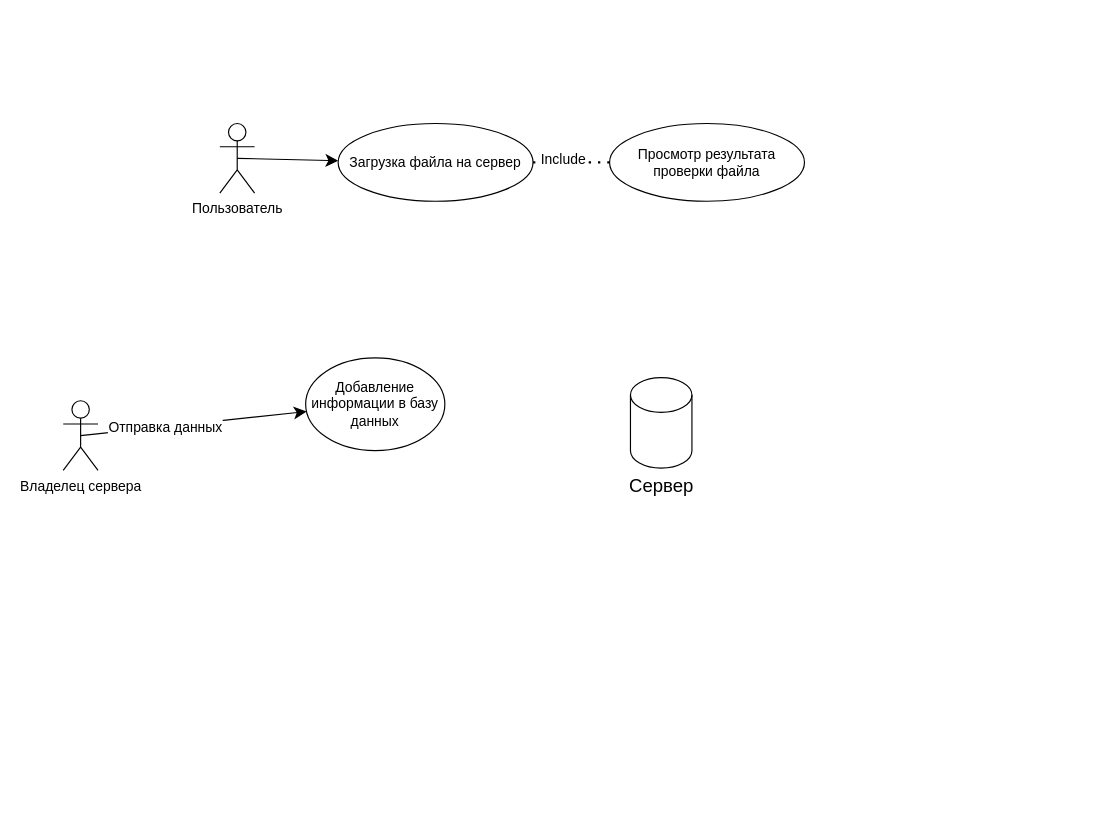
The draw.io diagram HCI_sem8.drawio in Sandwich9976/API-s, before the edit. Source tidied: cells renumbered, new cells numbered last; positions are measured from the earlier drawing's top-left corner, leaving out a move shared by most shapes. Both pictures are drawn from the tidied source at 116%, with x=0, y=0 at pixel (63, 123).
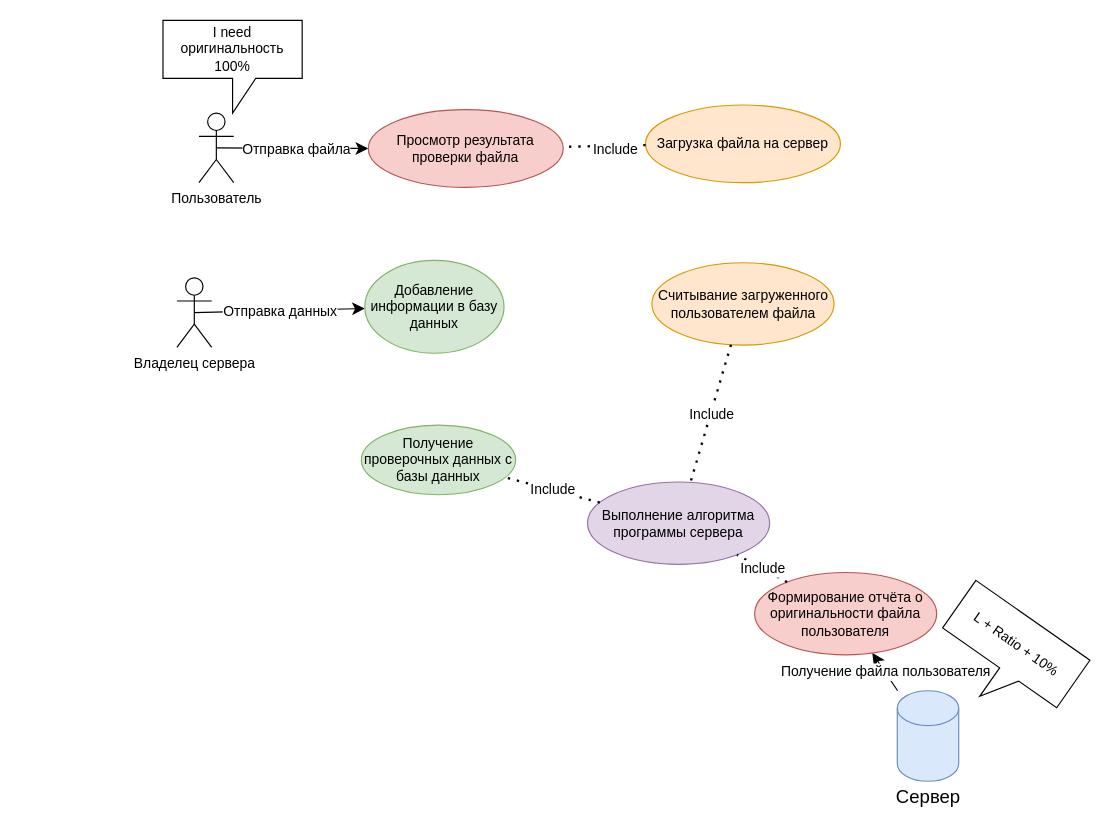
After the change.

The change refers to these unchanged cells:
```xml
<mxCell id="7" style="edgeStyle=none;curved=1;rounded=0;jettySize=auto;html=1;exitX=0.5;exitY=0.5;exitDx=0;exitDy=0;exitPerimeter=0;fontSize=12;startSize=8;endSize=8;" parent="1" edge="1" source="9" target="10">
  <mxGeometry relative="1" as="geometry" />
</mxCell>
```

Diff of the diagram source:
```diff
@@
-    <mxCell id="2" style="edgeStyle=none;curved=1;rounded=0;jettySize=auto;html=1;exitX=0.5;exitY=0.5;exitDx=0;exitDy=0;exitPerimeter=0;fontSize=12;startSize=8;endSize=8;" parent="1" edge="1" source="3" target="4">
+    <mxCell id="2" style="edgeStyle=none;curved=1;rounded=0;jettySize=auto;html=1;exitX=0.5;exitY=0.5;exitDx=0;exitDy=0;exitPerimeter=0;fontSize=12;startSize=8;endSize=8;" parent="1" edge="1" source="3" target="13">
       <mxGeometry relative="1" as="geometry" />
     </mxCell>
+    <mxCell id="14" value="Отправка файла" style="edgeLabel;html=1;align=center;verticalAlign=middle;fontSize=12;" parent="2" vertex="1">
+      <mxGeometry x="0.06" y="-1" relative="1" as="geometry" />
+    </mxCell>
     <mxCell id="3" value="Пользователь" style="shape=umlActor;verticalLabelPosition=bottom;verticalAlign=top;html=1;outlineConnect=0;rotation=0;" parent="1" vertex="1">
-      <mxGeometry x="135" width="30" height="60" as="geometry" />
+      <mxGeometry x="117" y="-9" width="30" height="60" as="geometry" />
     </mxCell>
-    <mxCell id="4" value="Загрузка файла на сервер" style="ellipse;whiteSpace=wrap;html=1;" parent="1" vertex="1">
-      <mxGeometry x="237" width="168" height="67" as="geometry" />
+    <mxCell id="4" value="Загрузка файла на сервер" style="ellipse;whiteSpace=wrap;html=1;fillColor=#ffe6cc;strokeColor=#d79b00;" parent="1" vertex="1">
+      <mxGeometry x="502" y="-16" width="168" height="67" as="geometry" />
     </mxCell>
-    <mxCell id="5" style="shape=cylinder3;whiteSpace=wrap;html=1;boundedLbl=1;backgroundOutline=1;size=15;" parent="1" vertex="1">
-      <mxGeometry x="489" y="219" width="53" height="78" as="geometry" />
+    <mxCell id="5" style="shape=cylinder3;whiteSpace=wrap;html=1;boundedLbl=1;backgroundOutline=1;size=15;fillColor=#dae8fc;strokeColor=#6c8ebf;" parent="1" vertex="1">
+      <mxGeometry x="719" y="489" width="53" height="78" as="geometry" />
     </mxCell>
     <mxCell id="6" value="Сервер" style="text;html=1;align=center;verticalAlign=middle;whiteSpace=wrap;rounded=0;fontSize=16;" parent="1" vertex="1">
-      <mxGeometry x="485.5" y="297" width="60" height="30" as="geometry" />
+      <mxGeometry x="715.5" y="565" width="60" height="30" as="geometry" />
     </mxCell>
@@
     <mxCell id="8" value="Отправка данных" style="edgeLabel;html=1;align=center;verticalAlign=middle;fontSize=12;" parent="7" vertex="1">
-      <mxGeometry x="-0.25" relative="1" as="geometry" />
+      <mxGeometry relative="1" as="geometry" />
     </mxCell>
     <mxCell id="9" value="Владелец сервера" style="shape=umlActor;verticalLabelPosition=bottom;verticalAlign=top;html=1;outlineConnect=0;" parent="1" vertex="1">
-      <mxGeometry y="239" width="30" height="60" as="geometry" />
+      <mxGeometry x="98" y="133" width="30" height="60" as="geometry" />
     </mxCell>
-    <mxCell id="10" value="Добавление информации в базу данных" style="ellipse;whiteSpace=wrap;html=1;" parent="1" vertex="1">
-      <mxGeometry x="209" y="202" width="120" height="80" as="geometry" />
+    <mxCell id="10" value="Добавление информации в базу данных" style="ellipse;whiteSpace=wrap;html=1;fillColor=#d5e8d4;strokeColor=#82b366;" parent="1" vertex="1">
+      <mxGeometry x="260" y="118" width="120" height="80" as="geometry" />
     </mxCell>
-    <mxCell id="11" style="endArrow=none;dashed=1;html=1;dashPattern=1 3;strokeWidth=2;rounded=0;fontSize=12;startSize=8;endSize=8;exitX=1;exitY=0.5;exitDx=0;exitDy=0;entryX=0;entryY=0.5;entryDx=0;entryDy=0;" parent="1" edge="1" source="4" target="13">
+    <mxCell id="11" style="endArrow=none;dashed=1;html=1;dashPattern=1 3;strokeWidth=2;rounded=0;fontSize=12;startSize=8;endSize=8;" parent="1" edge="1" source="4" target="13">
       <mxGeometry relative="1" as="geometry" />
     </mxCell>
@@
-    <mxCell id="13" value="Просмотр результата проверки файла" style="ellipse;whiteSpace=wrap;html=1;" parent="1" vertex="1">
-      <mxGeometry x="471" width="168" height="67" as="geometry" />
+    <mxCell id="13" value="Просмотр результата проверки файла" style="ellipse;whiteSpace=wrap;html=1;fillColor=#f8cecc;strokeColor=#b85450;" parent="1" vertex="1">
+      <mxGeometry x="263" y="-12" width="168" height="67" as="geometry" />
     </mxCell>
+    <mxCell id="15" value="Считывание загруженного пользователем файла" style="ellipse;whiteSpace=wrap;html=1;fillColor=#ffe6cc;strokeColor=#d79b00;" parent="1" vertex="1">
+      <mxGeometry x="507.5" y="120" width="157" height="71" as="geometry" />
+    </mxCell>
+    <mxCell id="16" style="endArrow=classic;html=1;rounded=0;fontSize=12;startSize=8;endSize=8;" parent="1" edge="1" source="5" target="21">
+      <mxGeometry relative="1" as="geometry" />
+    </mxCell>
+    <mxCell id="17" value="Получение файла пользователя" style="edgeLabel;html=1;align=center;verticalAlign=middle;fontSize=12;" parent="16" vertex="1">
+      <mxGeometry relative="1" as="geometry" />
+    </mxCell>
+    <mxCell id="18" value="I need оригинальность 100%" style="shape=callout;whiteSpace=wrap;html=1;perimeter=calloutPerimeter;" parent="1" vertex="1">
+      <mxGeometry x="86" y="-89" width="120" height="80" as="geometry" />
+    </mxCell>
+    <mxCell id="19" value="L + Ratio + 10%" style="shape=callout;whiteSpace=wrap;html=1;perimeter=calloutPerimeter;rotation=35;" parent="1" vertex="1">
+      <mxGeometry x="753" y="421" width="120" height="80" as="geometry" />
+    </mxCell>
+    <mxCell id="20" value="Выполнение алгоритма программы сервера" style="ellipse;whiteSpace=wrap;html=1;fillColor=#e1d5e7;strokeColor=#9673a6;" parent="1" vertex="1">
+      <mxGeometry x="452" y="309" width="157" height="71" as="geometry" />
+    </mxCell>
+    <mxCell id="21" value="Формирование отчёта о оригинальности файла пользователя" style="ellipse;whiteSpace=wrap;html=1;fillColor=#f8cecc;strokeColor=#b85450;" parent="1" vertex="1">
+      <mxGeometry x="596" y="387" width="157" height="71" as="geometry" />
+    </mxCell>
+    <mxCell id="22" style="endArrow=none;dashed=1;html=1;dashPattern=1 3;strokeWidth=2;rounded=0;fontSize=12;startSize=8;endSize=8;" parent="1" edge="1" source="21" target="20">
+      <mxGeometry relative="1" as="geometry" />
+    </mxCell>
+    <mxCell id="23" value="Include" style="edgeLabel;html=1;align=center;verticalAlign=middle;fontSize=12;" parent="22" vertex="1">
+      <mxGeometry relative="1" as="geometry" />
+    </mxCell>
+    <mxCell id="24" style="endArrow=none;dashed=1;html=1;dashPattern=1 3;strokeWidth=2;rounded=0;fontSize=12;startSize=8;endSize=8;" parent="1" edge="1" source="15" target="20">
+      <mxGeometry relative="1" as="geometry" />
+    </mxCell>
+    <mxCell id="25" value="Include" style="edgeLabel;html=1;align=center;verticalAlign=middle;fontSize=12;" parent="24" vertex="1">
+      <mxGeometry relative="1" as="geometry" />
+    </mxCell>
+    <mxCell id="26" value="Получение проверочных данных с базы данных" style="ellipse;whiteSpace=wrap;html=1;fillColor=#d5e8d4;strokeColor=#82b366;" parent="1" vertex="1">
+      <mxGeometry x="257" y="260" width="133" height="60" as="geometry" />
+    </mxCell>
+    <mxCell id="27" style="endArrow=none;dashed=1;html=1;dashPattern=1 3;strokeWidth=2;rounded=0;fontSize=12;startSize=8;endSize=8;" parent="1" edge="1" source="20" target="26">
+      <mxGeometry relative="1" as="geometry" />
+    </mxCell>
+    <mxCell id="28" value="Include" style="edgeLabel;html=1;align=center;verticalAlign=middle;fontSize=12;" parent="27" vertex="1">
+      <mxGeometry relative="1" as="geometry" />
+    </mxCell>
```
